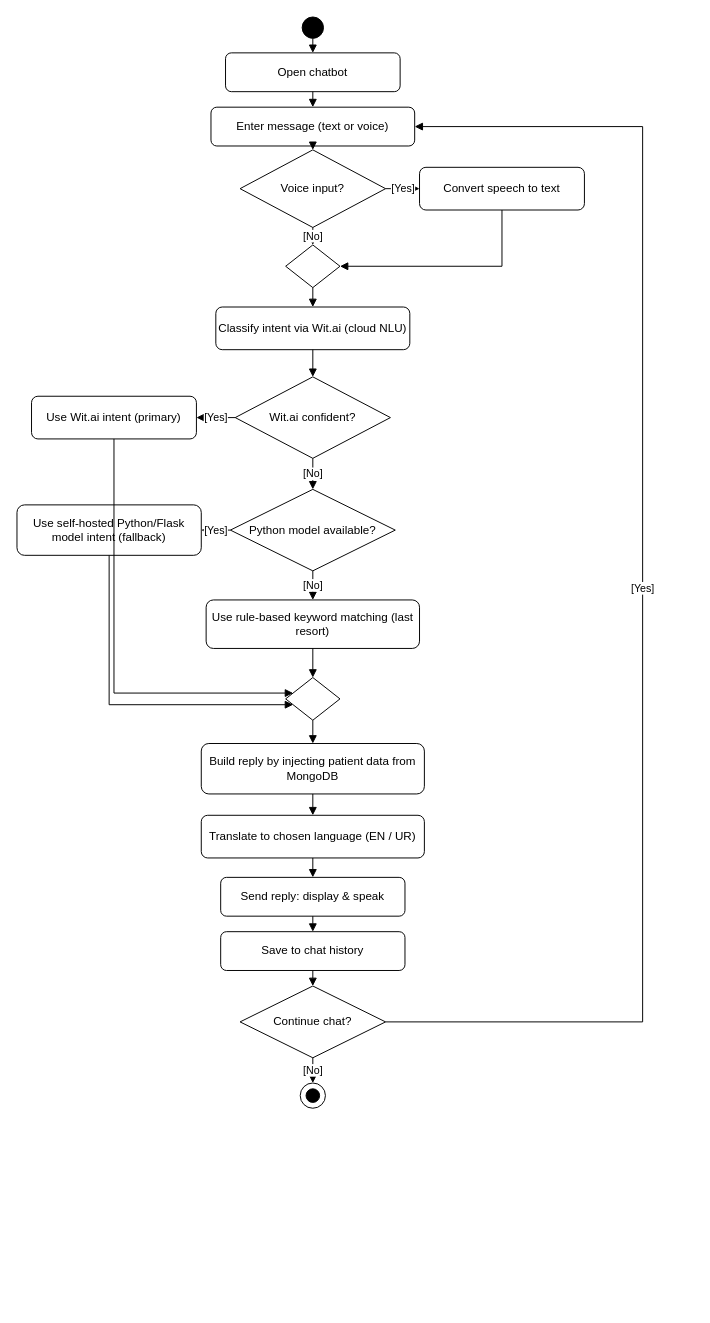
This is docs/diagrams/activity-ai-chatbot.drawio.xml from Iraj-Shahzad/memoracare-, a draw.io file, before an edit. Source tidied: cells renumbered, new cells numbered last; positions are measured from the earlier drawing's top-left corner, leaving out a move shared by most shapes. Both pictures are drawn from the tidied source at 97%, with x=0, y=0 at pixel (16, 16).
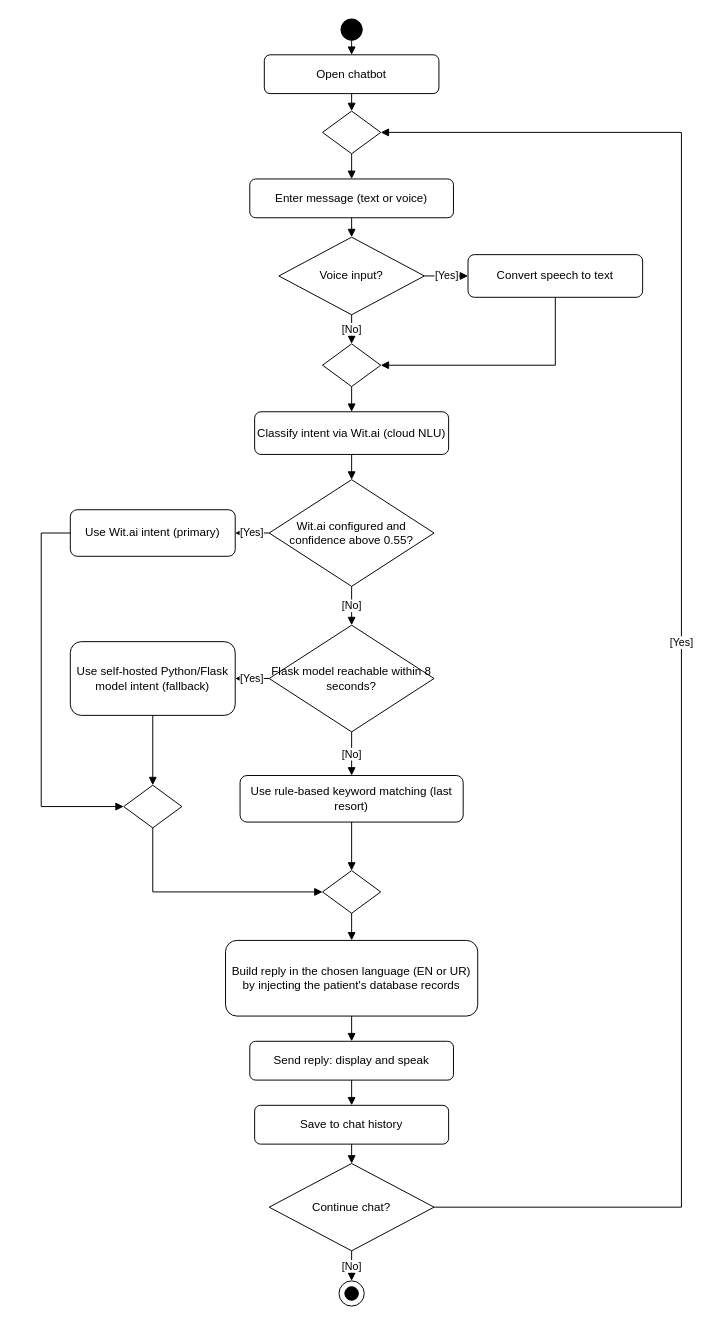
The same page after the edit.

Change to the diagram source:
```diff
@@
     <mxCell id="2" style="ellipse;html=1;fillColor=#000000;strokeColor=#000000;" parent="1" vertex="1">
-      <mxGeometry x="294" width="22" height="22" as="geometry" />
+      <mxGeometry x="334" y="2" width="22" height="22" as="geometry" />
     </mxCell>
-    <mxCell id="3" value="Open chatbot" style="rounded=1;whiteSpace=wrap;html=1;fillColor=#ffffff;" parent="1" vertex="1">
-      <mxGeometry x="215" y="37" width="180" height="40" as="geometry" />
+    <mxCell id="3" value="Open chatbot" style="rounded=1;whiteSpace=wrap;html=1;fillColor=#ffffff;strokeColor=#000000;" parent="1" vertex="1">
+      <mxGeometry x="255" y="39" width="180" height="40" as="geometry" />
     </mxCell>
+    <mxCell id="44" style="rhombus;whiteSpace=wrap;html=1;fillColor=#ffffff;strokeColor=#000000;" parent="1" vertex="1">
+      <mxGeometry x="315" y="97" width="60" height="44" as="geometry" />
+    </mxCell>
-    <mxCell id="4" value="Enter message (text or voice)" style="rounded=1;whiteSpace=wrap;html=1;fillColor=#ffffff;" parent="1" vertex="1">
-      <mxGeometry x="200" y="93" width="210" height="40" as="geometry" />
+    <mxCell id="4" value="Enter message (text or voice)" style="rounded=1;whiteSpace=wrap;html=1;fillColor=#ffffff;strokeColor=#000000;" parent="1" vertex="1">
+      <mxGeometry x="240" y="167" width="210" height="40" as="geometry" />
     </mxCell>
-    <mxCell id="5" value="Voice input?" style="rhombus;whiteSpace=wrap;html=1;fillColor=#ffffff;" parent="1" vertex="1">
-      <mxGeometry x="230" y="137" width="150" height="80" as="geometry" />
+    <mxCell id="5" value="Voice input?" style="rhombus;whiteSpace=wrap;html=1;fillColor=#ffffff;strokeColor=#000000;" parent="1" vertex="1">
+      <mxGeometry x="270" y="227" width="150" height="80" as="geometry" />
     </mxCell>
-    <mxCell id="6" value="Convert speech to text" style="rounded=1;whiteSpace=wrap;html=1;fillColor=#ffffff;" parent="1" vertex="1">
-      <mxGeometry x="415" y="155" width="170" height="44" as="geometry" />
+    <mxCell id="6" value="Convert speech to text" style="rounded=1;whiteSpace=wrap;html=1;fillColor=#ffffff;strokeColor=#000000;" parent="1" vertex="1">
+      <mxGeometry x="465" y="245" width="180" height="44" as="geometry" />
     </mxCell>
-    <mxCell id="7" style="rhombus;whiteSpace=wrap;html=1;fillColor=#ffffff;" parent="1" vertex="1">
-      <mxGeometry x="277" y="235" width="56" height="44" as="geometry" />
+    <mxCell id="7" style="rhombus;whiteSpace=wrap;html=1;fillColor=#ffffff;strokeColor=#000000;" parent="1" vertex="1">
+      <mxGeometry x="315" y="337" width="60" height="44" as="geometry" />
     </mxCell>
-    <mxCell id="8" value="Classify intent via Wit.ai (cloud NLU)" style="rounded=1;whiteSpace=wrap;html=1;fillColor=#ffffff;" parent="1" vertex="1">
-      <mxGeometry x="205" y="299" width="200" height="44" as="geometry" />
+    <mxCell id="8" value="Classify intent via Wit.ai (cloud NLU)" style="rounded=1;whiteSpace=wrap;html=1;fillColor=#ffffff;strokeColor=#000000;" parent="1" vertex="1">
+      <mxGeometry x="245" y="407" width="200" height="44" as="geometry" />
     </mxCell>
-    <mxCell id="9" value="Wit.ai confident?" style="rhombus;whiteSpace=wrap;html=1;fillColor=#ffffff;" parent="1" vertex="1">
-      <mxGeometry x="225" y="371" width="160" height="84" as="geometry" />
+    <mxCell id="9" value="Wit.ai configured and confidence above 0.55?" style="rhombus;whiteSpace=wrap;html=1;fillColor=#ffffff;strokeColor=#000000;" parent="1" vertex="1">
+      <mxGeometry x="260" y="477" width="170" height="110" as="geometry" />
     </mxCell>
-    <mxCell id="10" value="Use Wit.ai intent (primary)" style="rounded=1;whiteSpace=wrap;html=1;fillColor=#ffffff;" parent="1" vertex="1">
-      <mxGeometry x="15" y="391" width="170" height="44" as="geometry" />
+    <mxCell id="10" value="Use Wit.ai intent (primary)" style="rounded=1;whiteSpace=wrap;html=1;fillColor=#ffffff;strokeColor=#000000;" parent="1" vertex="1">
+      <mxGeometry x="55" y="508" width="170" height="48" as="geometry" />
     </mxCell>
-    <mxCell id="11" value="Python model available?" style="rhombus;whiteSpace=wrap;html=1;fillColor=#ffffff;" parent="1" vertex="1">
-      <mxGeometry x="220" y="487" width="170" height="84" as="geometry" />
+    <mxCell id="11" value="Flask model reachable within 8 seconds?" style="rhombus;whiteSpace=wrap;html=1;fillColor=#ffffff;strokeColor=#000000;" parent="1" vertex="1">
+      <mxGeometry x="260" y="627" width="170" height="110" as="geometry" />
     </mxCell>
-    <mxCell id="12" value="Use self-hosted Python/Flask model intent (fallback)" style="rounded=1;whiteSpace=wrap;html=1;fillColor=#ffffff;" parent="1" vertex="1">
-      <mxGeometry y="503" width="190" height="52" as="geometry" />
+    <mxCell id="12" value="Use self-hosted Python/Flask model intent (fallback)" style="rounded=1;whiteSpace=wrap;html=1;fillColor=#ffffff;strokeColor=#000000;" parent="1" vertex="1">
+      <mxGeometry x="55" y="644" width="170" height="76" as="geometry" />
     </mxCell>
-    <mxCell id="13" value="Use rule-based keyword matching (last resort)" style="rounded=1;whiteSpace=wrap;html=1;fillColor=#ffffff;" parent="1" vertex="1">
-      <mxGeometry x="195" y="601" width="220" height="50" as="geometry" />
+    <mxCell id="13" value="Use rule-based keyword matching (last resort)" style="rounded=1;whiteSpace=wrap;html=1;fillColor=#ffffff;strokeColor=#000000;" parent="1" vertex="1">
+      <mxGeometry x="230" y="782" width="230" height="48" as="geometry" />
     </mxCell>
-    <mxCell id="14" style="rhombus;whiteSpace=wrap;html=1;fillColor=#ffffff;" parent="1" vertex="1">
-      <mxGeometry x="277" y="681" width="56" height="44" as="geometry" />
-    </mxCell>
+    <mxCell id="45" style="rhombus;whiteSpace=wrap;html=1;fillColor=#ffffff;strokeColor=#000000;" parent="1" vertex="1">
+      <mxGeometry x="110" y="792" width="60" height="44" as="geometry" />
+    </mxCell>
+    <mxCell id="46" style="rhombus;whiteSpace=wrap;html=1;fillColor=#ffffff;strokeColor=#000000;" parent="1" vertex="1">
+      <mxGeometry x="315" y="880" width="60" height="44" as="geometry" />
+    </mxCell>
-    <mxCell id="15" value="Build reply by injecting patient data from MongoDB" style="rounded=1;whiteSpace=wrap;html=1;fillColor=#ffffff;" parent="1" vertex="1">
-      <mxGeometry x="190" y="749" width="230" height="52" as="geometry" />
+    <mxCell id="15" value="Build reply in the chosen language (EN or UR) by injecting the patient's database records" style="rounded=1;whiteSpace=wrap;html=1;fillColor=#ffffff;strokeColor=#000000;" parent="1" vertex="1">
+      <mxGeometry x="215" y="952" width="260" height="78" as="geometry" />
     </mxCell>
-    <mxCell id="16" value="Translate to chosen language (EN / UR)" style="rounded=1;whiteSpace=wrap;html=1;fillColor=#ffffff;" parent="1" vertex="1">
-      <mxGeometry x="190" y="823" width="230" height="44" as="geometry" />
-    </mxCell>
-    <mxCell id="17" value="Send reply: display &amp; speak" style="rounded=1;whiteSpace=wrap;html=1;fillColor=#ffffff;" parent="1" vertex="1">
-      <mxGeometry x="210" y="887" width="190" height="40" as="geometry" />
+    <mxCell id="17" value="Send reply: display and speak" style="rounded=1;whiteSpace=wrap;html=1;fillColor=#ffffff;strokeColor=#000000;" parent="1" vertex="1">
+      <mxGeometry x="240" y="1056" width="210" height="40" as="geometry" />
     </mxCell>
-    <mxCell id="18" value="Save to chat history" style="rounded=1;whiteSpace=wrap;html=1;fillColor=#ffffff;" parent="1" vertex="1">
-      <mxGeometry x="210" y="943" width="190" height="40" as="geometry" />
+    <mxCell id="18" value="Save to chat history" style="rounded=1;whiteSpace=wrap;html=1;fillColor=#ffffff;strokeColor=#000000;" parent="1" vertex="1">
+      <mxGeometry x="245" y="1122" width="200" height="40" as="geometry" />
     </mxCell>
-    <mxCell id="19" value="Continue chat?" style="rhombus;whiteSpace=wrap;html=1;fillColor=#ffffff;" parent="1" vertex="1">
-      <mxGeometry x="230" y="999" width="150" height="74" as="geometry" />
+    <mxCell id="19" value="Continue chat?" style="rhombus;whiteSpace=wrap;html=1;fillColor=#ffffff;strokeColor=#000000;" parent="1" vertex="1">
+      <mxGeometry x="260" y="1182" width="170" height="90" as="geometry" />
     </mxCell>
     <mxCell id="20" style="ellipse;html=1;fillColor=#ffffff;strokeColor=#000000;" parent="1" vertex="1">
-      <mxGeometry x="292" y="1099" width="26" height="26" as="geometry" />
+      <mxGeometry x="332" y="1303" width="26" height="26" as="geometry" />
     </mxCell>
     <mxCell id="21" style="ellipse;html=1;fillColor=#000000;strokeColor=#000000;" parent="1" vertex="1">
-      <mxGeometry x="298" y="1105" width="14" height="14" as="geometry" />
+      <mxGeometry x="338" y="1309" width="14" height="14" as="geometry" />
     </mxCell>
-    <mxCell id="22" style="endArrow=block;html=1;" parent="1" edge="1" source="2" target="3">
+    <mxCell id="22" style="endArrow=block;html=1;edgeStyle=orthogonalEdgeStyle;rounded=0;exitX=0.5;exitY=1;entryX=0.5;entryY=0;" parent="1" edge="1" source="2" target="3">
       <mxGeometry relative="1" as="geometry" />
     </mxCell>
-    <mxCell id="23" style="endArrow=block;html=1;" parent="1" edge="1" source="3" target="4">
+    <mxCell id="23" style="endArrow=block;html=1;edgeStyle=orthogonalEdgeStyle;rounded=0;exitX=0.5;exitY=1;entryX=0.5;entryY=0;" parent="1" edge="1" source="3" target="44">
       <mxGeometry relative="1" as="geometry" />
     </mxCell>
+    <mxCell id="47" style="endArrow=block;html=1;edgeStyle=orthogonalEdgeStyle;rounded=0;exitX=0.5;exitY=1;entryX=0.5;entryY=0;" parent="1" edge="1" source="44" target="4">
+      <mxGeometry relative="1" as="geometry" />
+    </mxCell>
-    <mxCell id="24" style="endArrow=block;html=1;" parent="1" edge="1" source="4" target="5">
+    <mxCell id="24" style="endArrow=block;html=1;edgeStyle=orthogonalEdgeStyle;rounded=0;exitX=0.5;exitY=1;entryX=0.5;entryY=0;" parent="1" edge="1" source="4" target="5">
       <mxGeometry relative="1" as="geometry" />
     </mxCell>
-    <mxCell id="25" value="[Yes]" style="endArrow=block;html=1;" parent="1" edge="1" source="5" target="6">
+    <mxCell id="25" value="[Yes]" style="endArrow=block;html=1;edgeStyle=orthogonalEdgeStyle;rounded=0;exitX=1;exitY=0.5;entryX=0;entryY=0.5;" parent="1" edge="1" source="5" target="6">
       <mxGeometry relative="1" as="geometry" />
     </mxCell>
-    <mxCell id="26" style="endArrow=block;html=1;edgeStyle=orthogonalEdgeStyle;rounded=0;" parent="1" edge="1" source="6" target="7">
+    <mxCell id="26" style="endArrow=block;html=1;edgeStyle=orthogonalEdgeStyle;rounded=0;exitX=0.5;exitY=1;entryX=1;entryY=0.5;" parent="1" edge="1" source="6" target="7">
       <mxGeometry relative="1" as="geometry">
         <Array as="points">
-          <mxPoint x="500" y="257" />
+          <mxPoint x="555" y="359" />
         </Array>
       </mxGeometry>
     </mxCell>
-    <mxCell id="27" value="[No]" style="endArrow=block;html=1;" parent="1" edge="1" source="5" target="7">
+    <mxCell id="27" value="[No]" style="endArrow=block;html=1;edgeStyle=orthogonalEdgeStyle;rounded=0;exitX=0.5;exitY=1;entryX=0.5;entryY=0;" parent="1" edge="1" source="5" target="7">
       <mxGeometry relative="1" as="geometry" />
     </mxCell>
-    <mxCell id="28" style="endArrow=block;html=1;" parent="1" edge="1" source="7" target="8">
+    <mxCell id="28" style="endArrow=block;html=1;edgeStyle=orthogonalEdgeStyle;rounded=0;exitX=0.5;exitY=1;entryX=0.5;entryY=0;" parent="1" edge="1" source="7" target="8">
       <mxGeometry relative="1" as="geometry" />
     </mxCell>
-    <mxCell id="29" style="endArrow=block;html=1;" parent="1" edge="1" source="8" target="9">
+    <mxCell id="29" style="endArrow=block;html=1;edgeStyle=orthogonalEdgeStyle;rounded=0;exitX=0.5;exitY=1;entryX=0.5;entryY=0;" parent="1" edge="1" source="8" target="9">
       <mxGeometry relative="1" as="geometry" />
     </mxCell>
-    <mxCell id="30" value="[Yes]" style="endArrow=block;html=1;edgeStyle=orthogonalEdgeStyle;rounded=0;" parent="1" edge="1" source="9" target="10">
+    <mxCell id="30" value="[Yes]" style="endArrow=block;html=1;edgeStyle=orthogonalEdgeStyle;rounded=0;exitX=0;exitY=0.5;entryX=1;entryY=0.5;" parent="1" edge="1" source="9" target="10">
       <mxGeometry relative="1" as="geometry" />
     </mxCell>
-    <mxCell id="31" value="[No]" style="endArrow=block;html=1;" parent="1" edge="1" source="9" target="11">
+    <mxCell id="31" value="[No]" style="endArrow=block;html=1;edgeStyle=orthogonalEdgeStyle;rounded=0;exitX=0.5;exitY=1;entryX=0.5;entryY=0;" parent="1" edge="1" source="9" target="11">
       <mxGeometry relative="1" as="geometry" />
     </mxCell>
-    <mxCell id="32" value="[Yes]" style="endArrow=block;html=1;edgeStyle=orthogonalEdgeStyle;rounded=0;" parent="1" edge="1" source="11" target="12">
+    <mxCell id="32" value="[Yes]" style="endArrow=block;html=1;edgeStyle=orthogonalEdgeStyle;rounded=0;exitX=0;exitY=0.5;entryX=1;entryY=0.5;" parent="1" edge="1" source="11" target="12">
       <mxGeometry relative="1" as="geometry" />
     </mxCell>
-    <mxCell id="33" value="[No]" style="endArrow=block;html=1;" parent="1" edge="1" source="11" target="13">
+    <mxCell id="33" value="[No]" style="endArrow=block;html=1;edgeStyle=orthogonalEdgeStyle;rounded=0;exitX=0.5;exitY=1;entryX=0.5;entryY=0;" parent="1" edge="1" source="11" target="13">
       <mxGeometry relative="1" as="geometry" />
     </mxCell>
-    <mxCell id="34" style="endArrow=block;html=1;edgeStyle=orthogonalEdgeStyle;rounded=0;" parent="1" edge="1" source="10" target="14">
+    <mxCell id="34" style="endArrow=block;html=1;edgeStyle=orthogonalEdgeStyle;rounded=0;exitX=0;exitY=0.5;entryX=0;entryY=0.5;" parent="1" edge="1" source="10" target="45">
       <mxGeometry relative="1" as="geometry">
         <Array as="points">
-          <mxPoint x="100" y="697" />
+          <mxPoint x="25" y="532" />
+          <mxPoint x="25" y="814" />
         </Array>
       </mxGeometry>
     </mxCell>
-    <mxCell id="35" style="endArrow=block;html=1;edgeStyle=orthogonalEdgeStyle;rounded=0;" parent="1" edge="1" source="12" target="14">
-      <mxGeometry relative="1" as="geometry">
-        <Array as="points">
-          <mxPoint x="95" y="709" />
-        </Array>
-      </mxGeometry>
+    <mxCell id="35" style="endArrow=block;html=1;edgeStyle=orthogonalEdgeStyle;rounded=0;exitX=0.5;exitY=1;entryX=0.5;entryY=0;" parent="1" edge="1" source="12" target="45">
+      <mxGeometry relative="1" as="geometry" />
     </mxCell>
+    <mxCell id="48" style="endArrow=block;html=1;edgeStyle=orthogonalEdgeStyle;rounded=0;exitX=0.5;exitY=1;entryX=0;entryY=0.5;" parent="1" edge="1" source="45" target="46">
+      <mxGeometry relative="1" as="geometry">
+        <Array as="points">
+          <mxPoint x="140" y="902" />
+        </Array>
+      </mxGeometry>
+    </mxCell>
-    <mxCell id="36" style="endArrow=block;html=1;" parent="1" edge="1" source="13" target="14">
+    <mxCell id="36" style="endArrow=block;html=1;edgeStyle=orthogonalEdgeStyle;rounded=0;exitX=0.5;exitY=1;entryX=0.5;entryY=0;" parent="1" edge="1" source="13" target="46">
       <mxGeometry relative="1" as="geometry" />
     </mxCell>
-    <mxCell id="37" style="endArrow=block;html=1;" parent="1" edge="1" source="14" target="15">
+    <mxCell id="37" style="endArrow=block;html=1;edgeStyle=orthogonalEdgeStyle;rounded=0;exitX=0.5;exitY=1;entryX=0.5;entryY=0;" parent="1" edge="1" source="46" target="15">
       <mxGeometry relative="1" as="geometry" />
     </mxCell>
-    <mxCell id="38" style="endArrow=block;html=1;" parent="1" edge="1" source="15" target="16">
-      <mxGeometry relative="1" as="geometry" />
-    </mxCell>
-    <mxCell id="39" style="endArrow=block;html=1;" parent="1" edge="1" source="16" target="17">
+    <mxCell id="39" style="endArrow=block;html=1;edgeStyle=orthogonalEdgeStyle;rounded=0;exitX=0.5;exitY=1;entryX=0.5;entryY=0;" parent="1" edge="1" source="15" target="17">
       <mxGeometry relative="1" as="geometry" />
     </mxCell>
-    <mxCell id="40" style="endArrow=block;html=1;" parent="1" edge="1" source="17" target="18">
+    <mxCell id="40" style="endArrow=block;html=1;edgeStyle=orthogonalEdgeStyle;rounded=0;exitX=0.5;exitY=1;entryX=0.5;entryY=0;" parent="1" edge="1" source="17" target="18">
       <mxGeometry relative="1" as="geometry" />
     </mxCell>
-    <mxCell id="41" style="endArrow=block;html=1;" parent="1" edge="1" source="18" target="19">
+    <mxCell id="41" style="endArrow=block;html=1;edgeStyle=orthogonalEdgeStyle;rounded=0;exitX=0.5;exitY=1;entryX=0.5;entryY=0;" parent="1" edge="1" source="18" target="19">
       <mxGeometry relative="1" as="geometry" />
     </mxCell>
-    <mxCell id="42" value="[Yes]" style="endArrow=block;html=1;edgeStyle=orthogonalEdgeStyle;rounded=0;" parent="1" edge="1" source="19" target="4">
+    <mxCell id="42" value="[Yes]" style="endArrow=block;html=1;edgeStyle=orthogonalEdgeStyle;rounded=0;exitX=1;exitY=0.5;entryX=1;entryY=0.5;" parent="1" edge="1" source="19" target="44">
       <mxGeometry relative="1" as="geometry">
         <Array as="points">
-          <mxPoint x="645" y="1036" />
-          <mxPoint x="645" y="113" />
+          <mxPoint x="685" y="1227" />
+          <mxPoint x="685" y="119" />
         </Array>
       </mxGeometry>
     </mxCell>
-    <mxCell id="43" value="[No]" style="endArrow=block;html=1;" parent="1" edge="1" source="19" target="20">
+    <mxCell id="43" value="[No]" style="endArrow=block;html=1;edgeStyle=orthogonalEdgeStyle;rounded=0;exitX=0.5;exitY=1;entryX=0.5;entryY=0;" parent="1" edge="1" source="19" target="20">
       <mxGeometry relative="1" as="geometry" />
     </mxCell>
```
